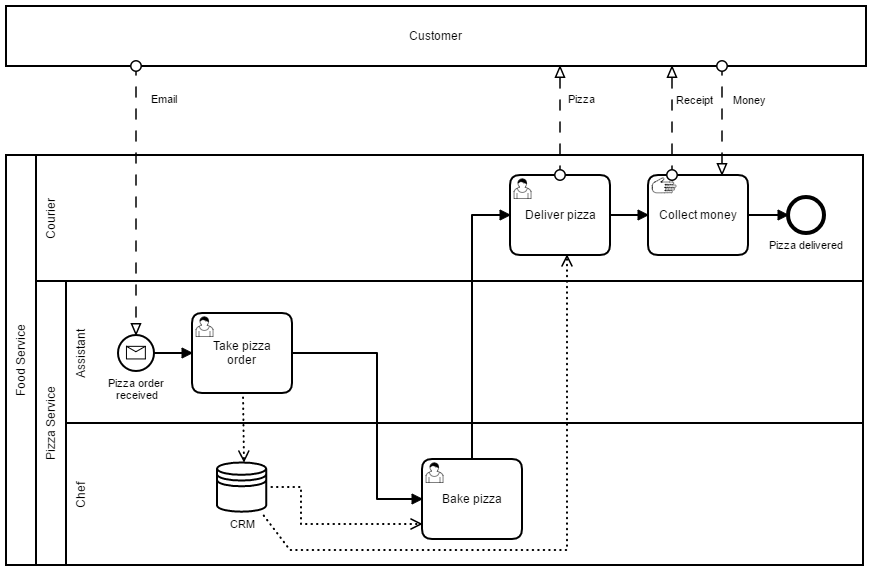
This is images/pizza-service-technical-workflow.png from DigiBP/digibp-food-inc, a BPMN export, as it was before one commit. Its source is kept beside it as src/main/resources/modelling/pizza-service/pizza-service-technical-workflow.bpmn. Ids are renumbered.
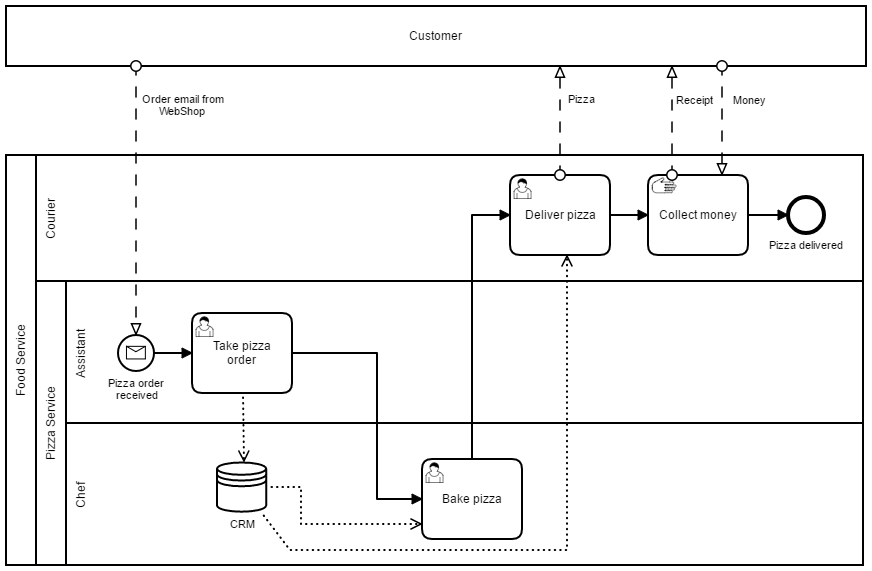
Later version of the same file.

What changed in the source:
```diff
@@ -2,7 +2,7 @@
   <bpmn:collaboration id="Collaboration_n1">
     <bpmn:participant id="Participant_n2" name="Food Service" processRef="Process_pizza-service-technical-workflow" />
     <bpmn:participant id="Participant_n3" name="Customer" />
-    <bpmn:messageFlow id="MessageFlow_n4" name="Email" sourceRef="Participant_n3" targetRef="StartEvent_n5" />
+    <bpmn:messageFlow id="MessageFlow_n4" name="Order email from WebShop" sourceRef="Participant_n3" targetRef="StartEvent_n5" />
     <bpmn:messageFlow id="MessageFlow_n6" name="Pizza" sourceRef="Task_n7" targetRef="Participant_n3" />
     <bpmn:messageFlow id="MessageFlow_n8" name="Money" sourceRef="Participant_n3" targetRef="Task_n9" />
     <bpmn:messageFlow id="MessageFlow_n10" name="Receipt" sourceRef="Task_n9" targetRef="Participant_n3" />
@@ -41,15 +41,15 @@
       <bpmn:extensionElements>
         <camunda:formData>
           <camunda:formField id="pizzaType" label="Pizza" type="string" />
-          <camunda:formField id="pizzaSize" label="Grösse" type="string" />
+          <camunda:formField id="pizzaSize" label="Size" type="string" />
           <camunda:formField id="pizzaSauce" label="Sauce" type="string" />
-          <camunda:formField id="pizzaCrust" label="Rand" type="string" />
-          <camunda:formField id="pizzaTopping" label="Belag" type="string" />
-          <camunda:formField id="customerFirstName" label="Vorname" type="string" />
-          <camunda:formField id="customerLastName" label="Nachname" type="string" />
-          <camunda:formField id="customerAddress" label="Lieferadresse" type="string" />
+          <camunda:formField id="pizzaCrust" label="Crust" type="string" />
+          <camunda:formField id="pizzaTopping" label="Topping" type="string" />
+          <camunda:formField id="customerFirstName" label="First name" type="string" />
+          <camunda:formField id="customerLastName" label="Last name" type="string" />
+          <camunda:formField id="customerAddress" label="Customer address" type="string" />
           <camunda:formField id="customerEmail" label="E-Mail" type="string" />
-          <camunda:formField id="pizzaPrice" label="Preis" type="string" />
+          <camunda:formField id="pizzaPrice" label="Price" type="string" />
         </camunda:formData>
       </bpmn:extensionElements>
       <bpmn:outgoing>SequenceFlow_n21</bpmn:outgoing>
@@ -60,15 +60,15 @@
       <bpmn:extensionElements>
         <camunda:formData>
           <camunda:formField id="pizzaType" label="Pizza" type="string" />
-          <camunda:formField id="pizzaSize" label="Grösse" type="string" />
+          <camunda:formField id="pizzaSize" label="Size" type="string" />
           <camunda:formField id="pizzaSauce" label="Sauce" type="string" />
-          <camunda:formField id="pizzaCrust" label="Rand" type="string" />
-          <camunda:formField id="pizzaTopping" label="Belag" type="string" />
-          <camunda:formField id="customerFirstName" label="Vorname" type="string" />
-          <camunda:formField id="customerLastName" label="Nachname" type="string" />
-          <camunda:formField id="customerAddress" label="Lieferadresse" type="string" />
+          <camunda:formField id="pizzaCrust" label="Crust" type="string" />
+          <camunda:formField id="pizzaTopping" label="Topping" type="string" />
+          <camunda:formField id="customerFirstName" label="First name" type="string" />
+          <camunda:formField id="customerLastName" label="Last name" type="string" />
+          <camunda:formField id="customerAddress" label="Customer address" type="string" />
           <camunda:formField id="customerEmail" label="E-Mail" type="string" />
-          <camunda:formField id="pizzaPrice" label="Preis" type="string" />
+          <camunda:formField id="pizzaPrice" label="Price" type="string" />
         </camunda:formData>
       </bpmn:extensionElements>
       <bpmn:incoming>SequenceFlow_n21</bpmn:incoming>
@@ -85,7 +85,7 @@
               <camunda:constraint name="readonly" />
             </camunda:validation>
           </camunda:formField>
-          <camunda:formField id="pizzaSize" label="Grösse" type="string">
+          <camunda:formField id="pizzaSize" label="Size" type="string">
             <camunda:validation>
               <camunda:constraint name="readonly" />
             </camunda:validation>
@@ -95,27 +95,27 @@
               <camunda:constraint name="readonly" />
             </camunda:validation>
           </camunda:formField>
-          <camunda:formField id="pizzaCrust" label="Rand" type="string">
+          <camunda:formField id="pizzaCrust" label="Crust" type="string">
             <camunda:validation>
               <camunda:constraint name="readonly" />
             </camunda:validation>
           </camunda:formField>
-          <camunda:formField id="pizzaTopping" label="Belag" type="string">
+          <camunda:formField id="pizzaTopping" label="Topping" type="string">
             <camunda:validation>
               <camunda:constraint name="readonly" />
             </camunda:validation>
           </camunda:formField>
-          <camunda:formField id="customerFirstName" label="Vorname" type="string">
+          <camunda:formField id="customerFirstName" label="First name" type="string">
             <camunda:validation>
               <camunda:constraint name="readonly" />
             </camunda:validation>
           </camunda:formField>
-          <camunda:formField id="customerLastName" label="Nachname" type="string">
+          <camunda:formField id="customerLastName" label="Last name" type="string">
             <camunda:validation>
               <camunda:constraint name="readonly" />
             </camunda:validation>
           </camunda:formField>
-          <camunda:formField id="customerAddress" label="Lieferadresse" type="string">
+          <camunda:formField id="customerAddress" label="Customer address" type="string">
             <camunda:validation>
               <camunda:constraint name="readonly" />
             </camunda:validation>
@@ -125,7 +125,7 @@
               <camunda:constraint name="readonly" />
             </camunda:validation>
           </camunda:formField>
-          <camunda:formField id="pizzaPrice" label="Preis" type="string">
+          <camunda:formField id="pizzaPrice" label="Price" type="string">
             <camunda:validation>
               <camunda:constraint name="readonly" />
             </camunda:validation>
@@ -148,7 +148,7 @@
               <camunda:constraint name="readonly" />
             </camunda:validation>
           </camunda:formField>
-          <camunda:formField id="pizzaSize" label="Grösse" type="string">
+          <camunda:formField id="pizzaSize" label="Size" type="string">
             <camunda:validation>
               <camunda:constraint name="readonly" />
             </camunda:validation>
@@ -158,27 +158,27 @@
               <camunda:constraint name="readonly" />
             </camunda:validation>
           </camunda:formField>
-          <camunda:formField id="pizzaCrust" label="Rand" type="string">
+          <camunda:formField id="pizzaCrust" label="Crust" type="string">
             <camunda:validation>
               <camunda:constraint name="readonly" />
             </camunda:validation>
           </camunda:formField>
-          <camunda:formField id="pizzaTopping" label="Belag" type="string">
+          <camunda:formField id="pizzaTopping" label="Topping" type="string">
             <camunda:validation>
               <camunda:constraint name="readonly" />
             </camunda:validation>
           </camunda:formField>
-          <camunda:formField id="customerFirstName" label="Vorname" type="string">
+          <camunda:formField id="customerFirstName" label="First name" type="string">
             <camunda:validation>
               <camunda:constraint name="readonly" />
             </camunda:validation>
           </camunda:formField>
-          <camunda:formField id="customerLastName" label="Nachname" type="string">
+          <camunda:formField id="customerLastName" label="Last name" type="string">
             <camunda:validation>
               <camunda:constraint name="readonly" />
             </camunda:validation>
           </camunda:formField>
-          <camunda:formField id="customerAddress" label="Lieferadresse" type="string">
+          <camunda:formField id="customerAddress" label="Customer address" type="string">
             <camunda:validation>
               <camunda:constraint name="readonly" />
             </camunda:validation>
@@ -188,12 +188,12 @@
               <camunda:constraint name="readonly" />
             </camunda:validation>
           </camunda:formField>
-          <camunda:formField id="pizzaPrice" label="Preis" type="string">
+          <camunda:formField id="pizzaPrice" label="Price" type="string">
             <camunda:validation>
               <camunda:constraint name="readonly" />
             </camunda:validation>
           </camunda:formField>
-          <camunda:formField id="pizzaPayment" label="Zahlungsbetrag" type="string" defaultValue="19.90" />
+          <camunda:formField id="pizzaPayment" label="Payment" type="string" defaultValue="19.90" />
         </camunda:formData>
       </bpmn:extensionElements>
       <bpmn:incoming>SequenceFlow_n18</bpmn:incoming>
@@ -228,7 +228,7 @@
         <di:waypoint xsi:type="dc:Point" x="246" y="93" />
         <di:waypoint xsi:type="dc:Point" x="246" y="362" />
         <bpmndi:BPMNLabel>
-          <dc:Bounds x="261" y="118" width="27" height="12" />
+          <dc:Bounds x="252" y="118" width="82" height="24" />
         </bpmndi:BPMNLabel>
       </bpmndi:BPMNEdge>
       <bpmndi:BPMNEdge id="SequenceFlow_n18_di" bpmnElement="SequenceFlow_n18">
```
